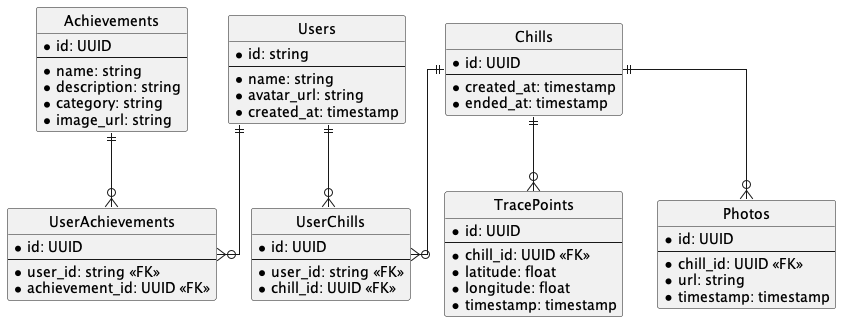
panna-cotta-2023/chilly-daze-gateway keeps this PlantUML diagram as docs/diagram/er_diagram.png. Above is the earlier version.
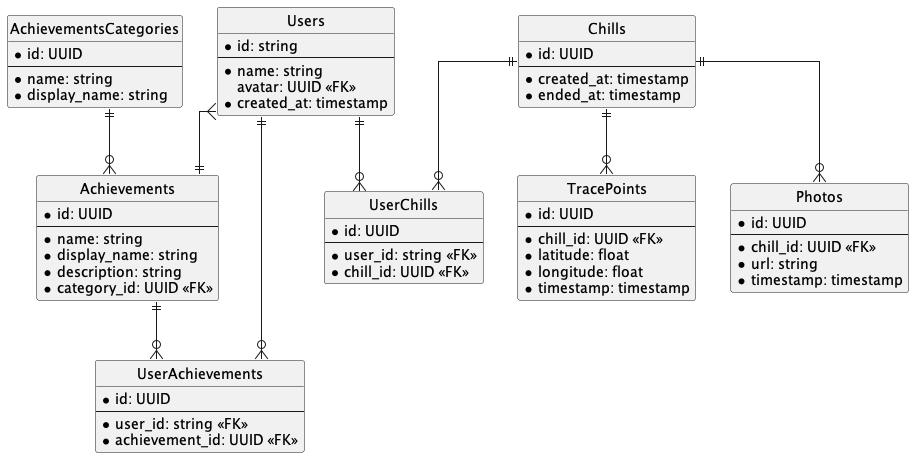
The same diagram one commit later.

The edit, as a diff of the source:
```diff
@@ -8,17 +8,24 @@
   * id: string
   --
   * name: string
-  * avatar_url: string
+  avatar: UUID <<FK>>
   * created_at: timestamp
+}
+
+entity "AchievementsCategories" {
+  * id: UUID
+  --
+  * name: string
+  * display_name: string
 }
 
 entity "Achievements" {
   * id: UUID
   --
-  * name: string
-  * description: string
-  * category: string
-  * image_url: string
+  *name: string
+  *display_name: string
+  *description: string
+  *category_id: UUID <<FK>>
 }
 
 entity "UserAchievements" {
@@ -65,6 +72,8 @@
 Chills ||--o{ UserChills
 Chills ||--o{ TracePoints
 Chills ||--o{ Photos
+AchievementsCategories ||--o{ Achievements
+Users }--|| Achievements
 
 
 @enduml
```
